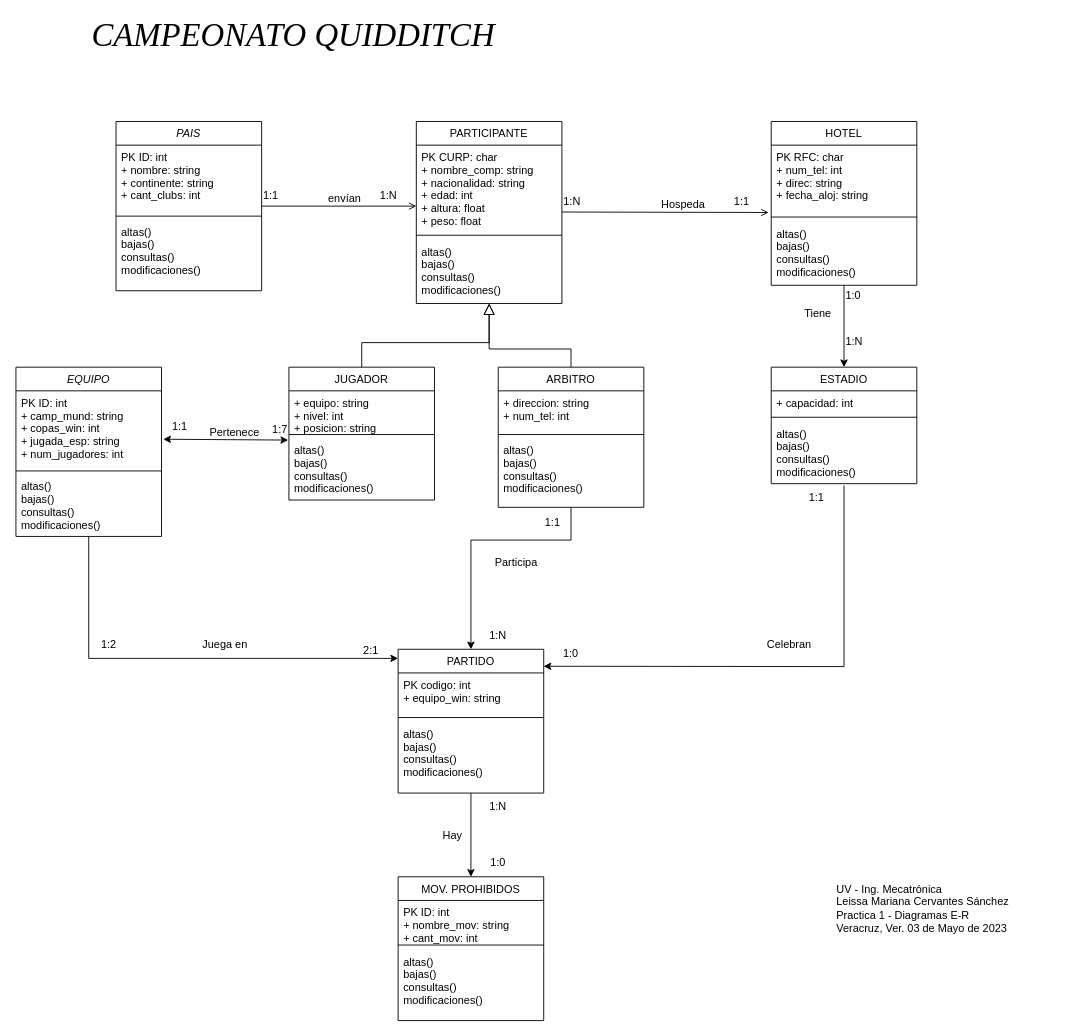
Above: Proyecto/1er_avance_LMCS.drawio in leissacerv/TAI (draw.io), before the change. Source tidied: cells renumbered, new cells numbered last; positions are measured from the earlier drawing's top-left corner, leaving out a move shared by most shapes. Both pictures are drawn from the tidied source at 91%, with x=0, y=0 at pixel (15, 21).
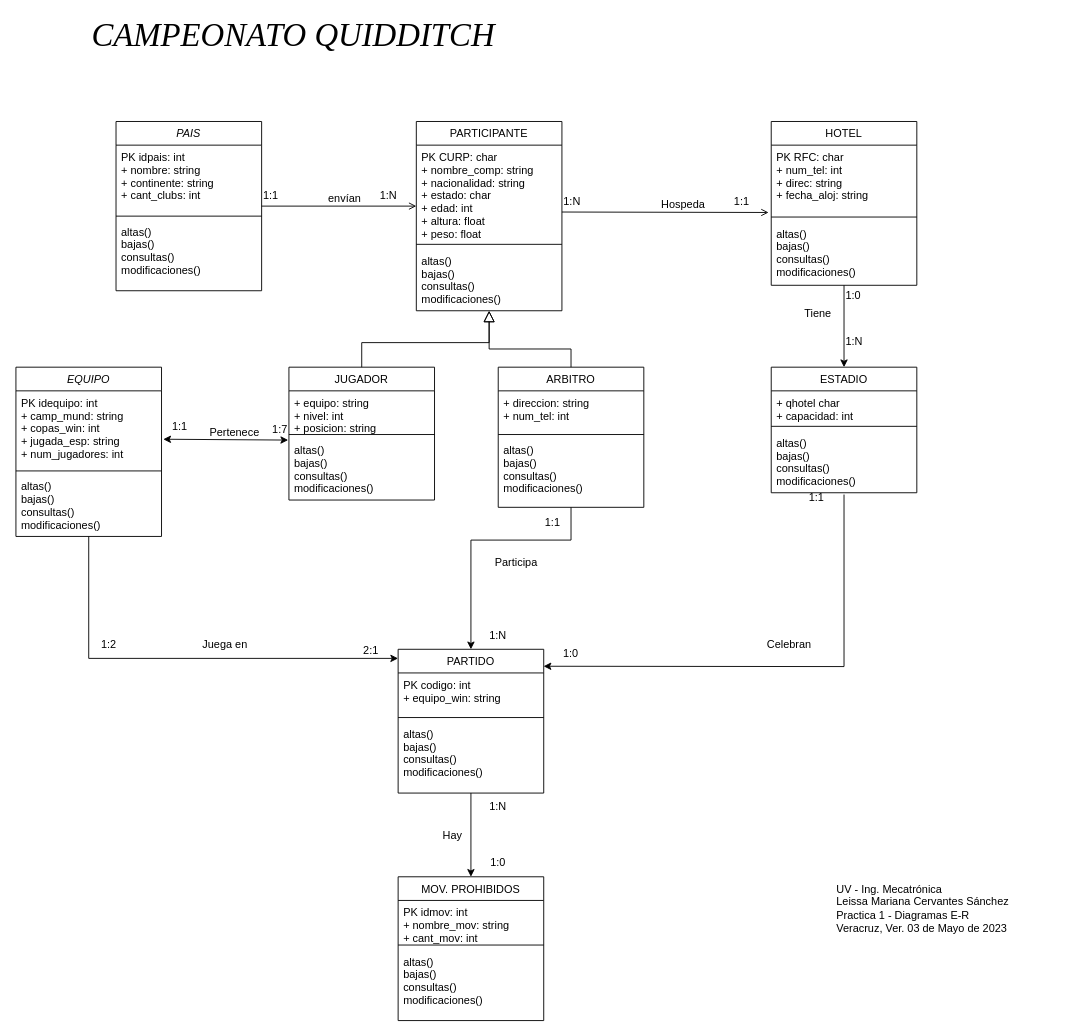
The same diagram, later.

Commit message (it also covers changes not shown here):
Arreglo de tablas

estaban mal las pk, me falta herencia

Unchanged cells that the change refers to:
```xml
<mxCell id="2" value="PAIS" style="swimlane;fontStyle=2;align=center;verticalAlign=top;horizontal=1;startSize=26;rounded=0;shadow=0;strokeWidth=1;" parent="1" vertex="1">
  <mxGeometry x="110" y="110" width="160" height="186" as="geometry" />
</mxCell>
<mxCell id="40" value="EQUIPO" style="swimlane;fontStyle=2;align=center;verticalAlign=top;horizontal=1;startSize=26;rounded=0;shadow=0;strokeWidth=1;" parent="1" vertex="1">
  <mxGeometry y="380" width="160" height="186" as="geometry" />
</mxCell>
<mxCell id="64" value="MOV. PROHIBIDOS" style="swimlane;fontStyle=0;align=center;verticalAlign=top;horizontal=1;startSize=26;rounded=0;shadow=0;strokeWidth=1;" parent="1" vertex="1">
  <mxGeometry x="420" y="940" width="160" height="158" as="geometry" />
</mxCell>
```

Diff of the diagram source:
```diff
@@
-    <mxCell id="3" value="PK ID: int&#10;+ nombre: string&#10;+ continente: string&#10;+ cant_clubs: int" style="text;align=left;verticalAlign=top;spacingLeft=4;spacingRight=4;overflow=hidden;" parent="2" vertex="1">
+    <mxCell id="3" value="PK idpais: int&#10;+ nombre: string&#10;+ continente: string&#10;+ cant_clubs: int" style="text;align=left;verticalAlign=top;spacingLeft=4;spacingRight=4;overflow=hidden;" parent="2" vertex="1">
       <mxGeometry y="26" width="160" height="74" as="geometry" />
     </mxCell>
@@
     <mxCell id="16" value="PARTICIPANTE" style="swimlane;fontStyle=0;align=center;verticalAlign=top;horizontal=1;startSize=26;rounded=0;shadow=0;strokeWidth=1;" parent="1" vertex="1">
-      <mxGeometry x="440" y="110" width="160" height="200" as="geometry" />
+      <mxGeometry x="440" y="110" width="160" height="208" as="geometry" />
     </mxCell>
-    <mxCell id="17" value="PK CURP: char&#10;+ nombre_comp: string&#10;+ nacionalidad: string&#10;+ edad: int&#10;+ altura: float&#10;+ peso: float" style="text;align=left;verticalAlign=top;spacingLeft=4;spacingRight=4;overflow=hidden;" parent="16" vertex="1">
-      <mxGeometry y="26" width="160" height="94" as="geometry" />
+    <mxCell id="17" value="PK CURP: char&#10;+ nombre_comp: string&#10;+ nacionalidad: string&#10;+ estado: char&#10;+ edad: int&#10;+ altura: float&#10;+ peso: float" style="text;align=left;verticalAlign=top;spacingLeft=4;spacingRight=4;overflow=hidden;" parent="16" vertex="1">
+      <mxGeometry y="26" width="160" height="104" as="geometry" />
     </mxCell>
     <mxCell id="18" style="line;html=1;strokeWidth=1;align=left;verticalAlign=middle;spacingTop=-1;spacingLeft=3;spacingRight=3;labelPosition=right;" parent="16" vertex="1">
-      <mxGeometry y="120" width="160" height="10" as="geometry" />
+      <mxGeometry y="130" width="160" height="10" as="geometry" />
     </mxCell>
     <mxCell id="19" value="altas()&#10;bajas()&#10;consultas()&#10;modificaciones()&#10;" style="text;align=left;verticalAlign=top;spacingLeft=4;spacingRight=4;overflow=hidden;" parent="16" vertex="1">
-      <mxGeometry y="130" width="160" height="68" as="geometry" />
+      <mxGeometry y="140" width="160" height="68" as="geometry" />
     </mxCell>
@@
     <mxCell id="33" value="ESTADIO" style="swimlane;fontStyle=0;align=center;verticalAlign=top;horizontal=1;startSize=26;rounded=0;shadow=0;strokeWidth=1;" parent="1" vertex="1">
-      <mxGeometry x="830" y="380" width="160" height="128" as="geometry" />
+      <mxGeometry x="830" y="380" width="160" height="138" as="geometry" />
     </mxCell>
-    <mxCell id="34" value="+ capacidad: int" style="text;align=left;verticalAlign=top;spacingLeft=4;spacingRight=4;overflow=hidden;" parent="33" vertex="1">
-      <mxGeometry y="26" width="160" height="24" as="geometry" />
+    <mxCell id="34" value="+ qhotel char&#10;+ capacidad: int" style="text;align=left;verticalAlign=top;spacingLeft=4;spacingRight=4;overflow=hidden;" parent="33" vertex="1">
+      <mxGeometry y="26" width="160" height="34" as="geometry" />
     </mxCell>
     <mxCell id="35" style="line;html=1;strokeWidth=1;align=left;verticalAlign=middle;spacingTop=-1;spacingLeft=3;spacingRight=3;labelPosition=right;" parent="33" vertex="1">
-      <mxGeometry y="50" width="160" height="10" as="geometry" />
+      <mxGeometry y="60" width="160" height="10" as="geometry" />
     </mxCell>
     <mxCell id="36" value="altas()&#10;bajas()&#10;consultas()&#10;modificaciones()&#10;" style="text;align=left;verticalAlign=top;spacingLeft=4;spacingRight=4;overflow=hidden;points=[[0,0.5],[1,0.5]];portConstraint=eastwest;" parent="33" vertex="1">
-      <mxGeometry y="60" width="160" height="68" as="geometry" />
+      <mxGeometry y="70" width="160" height="68" as="geometry" />
     </mxCell>
@@
-    <mxCell id="41" value="PK ID: int&#10;+ camp_mund: string&#10;+ copas_win: int&#10;+ jugada_esp: string&#10;+ num_jugadores: int" style="text;align=left;verticalAlign=top;spacingLeft=4;spacingRight=4;overflow=hidden;points=[[0,0.5],[1,0.5]];portConstraint=eastwest;" parent="40" vertex="1">
+    <mxCell id="41" value="PK idequipo: int&#10;+ camp_mund: string&#10;+ copas_win: int&#10;+ jugada_esp: string&#10;+ num_jugadores: int" style="text;align=left;verticalAlign=top;spacingLeft=4;spacingRight=4;overflow=hidden;points=[[0,0.5],[1,0.5]];portConstraint=eastwest;" parent="40" vertex="1">
       <mxGeometry y="26" width="160" height="84" as="geometry" />
     </mxCell>
@@
-    <mxCell id="65" value="PK ID: int&#10;+ nombre_mov: string&#10;+ cant_mov: int" style="text;align=left;verticalAlign=top;spacingLeft=4;spacingRight=4;overflow=hidden;" parent="64" vertex="1">
+    <mxCell id="65" value="PK idmov: int&#10;+ nombre_mov: string&#10;+ cant_mov: int" style="text;align=left;verticalAlign=top;spacingLeft=4;spacingRight=4;overflow=hidden;" parent="64" vertex="1">
       <mxGeometry y="26" width="160" height="44" as="geometry" />
     </mxCell>
```
